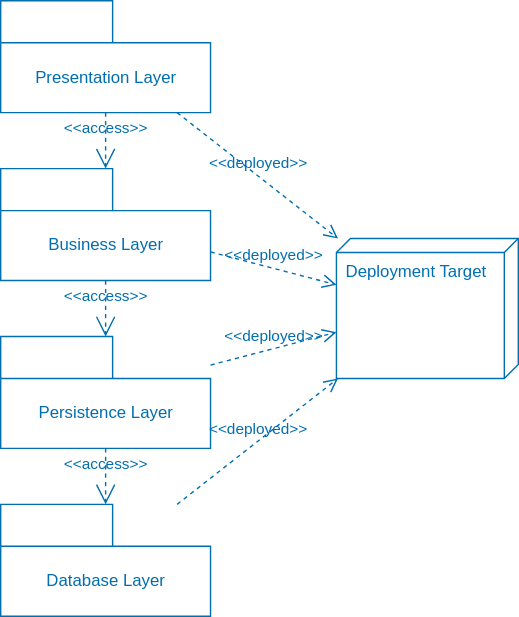
Above: diagrams/Architecture_Layered.svg in ucudal/ANDIS_Conceptos (draw.io), before the change. Source tidied: cells renumbered, new cells last; positions are measured from the earlier drawing's top-left corner, leaving out a move shared by most shapes.
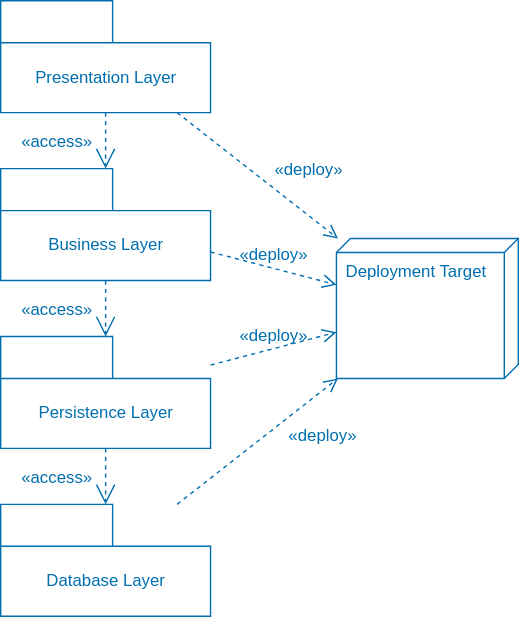
The same file after the commit.

Diff of the diagram source:
```diff
@@ -14,32 +14,36 @@
     <mxCell id="5" value="Database Layer" style="shape=folder;fontStyle=0;tabWidth=80;tabHeight=30;tabPosition=left;html=1;boundedLbl=1;fillColor=none;fontColor=#006EAF;strokeColor=#006EAF;" parent="1" vertex="1">
       <mxGeometry y="360" width="150" height="80" as="geometry" />
     </mxCell>
-    <mxCell id="6" value="&amp;lt;&amp;lt;access&amp;gt;&amp;gt;" style="edgeStyle=none;html=1;endArrow=open;endSize=12;dashed=1;verticalAlign=bottom;fontColor=#006EAF;fillColor=#1ba1e2;strokeColor=#006EAF;labelBackgroundColor=none;" parent="1" edge="1">
-      <mxGeometry relative="1" as="geometry">
+    <mxCell id="6" value="&lt;span style=&quot;font-size: 12px;&quot;&gt;«access»&lt;/span&gt;" style="edgeStyle=none;html=1;endArrow=open;endSize=12;dashed=1;verticalAlign=bottom;fontColor=#006EAF;fillColor=#1ba1e2;strokeColor=#006EAF;labelBackgroundColor=none;" parent="1" edge="1">
+      <mxGeometry x="0.5" y="-35" relative="1" as="geometry">
         <mxPoint x="75" y="80" as="sourcePoint" />
         <mxPoint x="75" y="120" as="targetPoint" />
       </mxGeometry>
     </mxCell>
-    <mxCell id="7" value="&amp;lt;&amp;lt;access&amp;gt;&amp;gt;" style="edgeStyle=none;html=1;endArrow=open;endSize=12;dashed=1;verticalAlign=bottom;fontColor=#006EAF;fillColor=#1ba1e2;strokeColor=#006EAF;labelBackgroundColor=none;" parent="1" edge="1" source="3" target="4">
-      <mxGeometry relative="1" as="geometry" />
+    <mxCell id="7" value="&lt;span style=&quot;font-size: 12px;&quot;&gt;«access»&lt;/span&gt;" style="edgeStyle=none;html=1;endArrow=open;endSize=12;dashed=1;verticalAlign=bottom;fontColor=#006EAF;fillColor=#1ba1e2;strokeColor=#006EAF;labelBackgroundColor=none;" parent="1" edge="1" source="3" target="4">
+      <mxGeometry x="0.5" y="-35" relative="1" as="geometry" />
     </mxCell>
-    <mxCell id="8" value="&amp;lt;&amp;lt;access&amp;gt;&amp;gt;" style="edgeStyle=none;html=1;endArrow=open;endSize=12;dashed=1;verticalAlign=bottom;fontColor=#006EAF;fillColor=#1ba1e2;strokeColor=#006EAF;labelBackgroundColor=none;" parent="1" edge="1" source="4" target="5">
-      <mxGeometry relative="1" as="geometry" />
+    <mxCell id="8" value="&lt;span style=&quot;font-size: 12px;&quot;&gt;«access»&lt;/span&gt;" style="edgeStyle=none;html=1;endArrow=open;endSize=12;dashed=1;verticalAlign=bottom;fontColor=#006EAF;fillColor=#1ba1e2;strokeColor=#006EAF;labelBackgroundColor=none;" parent="1" edge="1" source="4" target="5">
+      <mxGeometry x="0.5" y="-35" relative="1" as="geometry" />
     </mxCell>
     <mxCell id="9" value="Deployment Target" style="verticalAlign=top;align=left;shape=cube;size=10;direction=south;fontStyle=0;html=1;boundedLbl=1;spacingLeft=5;fontColor=#006EAF;fillColor=none;strokeColor=#006EAF;" parent="1" vertex="1">
       <mxGeometry x="240" y="170" width="130" height="100" as="geometry" />
     </mxCell>
-    <mxCell id="10" value="&amp;lt;&amp;lt;deployed&amp;gt;&amp;gt;" style="endArrow=open;startArrow=none;endFill=0;startFill=0;endSize=8;html=1;verticalAlign=bottom;dashed=1;labelBackgroundColor=none;fontColor=#006EAF;fillColor=#1ba1e2;strokeColor=#006EAF;" parent="1" edge="1" source="2" target="9">
-      <mxGeometry relative="1" as="geometry" />
+    <mxCell id="10" value="&lt;span style=&quot;font-size: 12px;&quot;&gt;«deploy»&lt;/span&gt;" style="endArrow=open;startArrow=none;endFill=0;startFill=0;endSize=8;html=1;verticalAlign=bottom;dashed=1;labelBackgroundColor=none;fontColor=#006EAF;fillColor=#1ba1e2;strokeColor=#006EAF;" parent="1" edge="1" source="2" target="9">
+      <mxGeometry x="0.43" y="18" relative="1" as="geometry">
+        <mxPoint y="-1" as="offset" />
+      </mxGeometry>
     </mxCell>
-    <mxCell id="11" value="&amp;lt;&amp;lt;deployed&amp;gt;&amp;gt;" style="endArrow=open;startArrow=none;endFill=0;startFill=0;endSize=8;html=1;verticalAlign=bottom;dashed=1;labelBackgroundColor=none;fontColor=#006EAF;fillColor=#1ba1e2;strokeColor=#006EAF;" parent="1" edge="1" source="3" target="9">
+    <mxCell id="11" value="&lt;span style=&quot;font-size: 12px;&quot;&gt;«deploy»&lt;/span&gt;" style="endArrow=open;startArrow=none;endFill=0;startFill=0;endSize=8;html=1;verticalAlign=bottom;dashed=1;labelBackgroundColor=none;fontColor=#006EAF;fillColor=#1ba1e2;strokeColor=#006EAF;" parent="1" edge="1" source="3" target="9">
       <mxGeometry relative="1" as="geometry" />
     </mxCell>
-    <mxCell id="12" value="&amp;lt;&amp;lt;deployed&amp;gt;&amp;gt;" style="endArrow=open;startArrow=none;endFill=0;startFill=0;endSize=8;html=1;verticalAlign=bottom;dashed=1;labelBackgroundColor=none;fontColor=#006EAF;fillColor=#1ba1e2;strokeColor=#006EAF;" parent="1" edge="1" source="4" target="9">
+    <mxCell id="12" value="&lt;span style=&quot;font-size: 12px;&quot;&gt;«deploy»&lt;/span&gt;" style="endArrow=open;startArrow=none;endFill=0;startFill=0;endSize=8;html=1;verticalAlign=bottom;dashed=1;labelBackgroundColor=none;fontColor=#006EAF;fillColor=#1ba1e2;strokeColor=#006EAF;" parent="1" edge="1" source="4" target="9">
       <mxGeometry relative="1" as="geometry" />
     </mxCell>
-    <mxCell id="13" value="&amp;lt;&amp;lt;deployed&amp;gt;&amp;gt;" style="endArrow=open;startArrow=none;endFill=0;startFill=0;endSize=8;html=1;verticalAlign=bottom;dashed=1;labelBackgroundColor=none;fontColor=#006EAF;fillColor=#1ba1e2;strokeColor=#006EAF;" parent="1" edge="1" source="5" target="9">
-      <mxGeometry relative="1" as="geometry" />
+    <mxCell id="13" value="&lt;span style=&quot;font-size: 12px;&quot;&gt;«deploy»&lt;/span&gt;" style="endArrow=open;startArrow=none;endFill=0;startFill=0;endSize=8;html=1;verticalAlign=bottom;dashed=1;labelBackgroundColor=none;fontColor=#006EAF;fillColor=#1ba1e2;strokeColor=#006EAF;" parent="1" edge="1" source="5" target="9">
+      <mxGeometry x="0.46" y="-33" relative="1" as="geometry">
+        <mxPoint y="-1" as="offset" />
+      </mxGeometry>
     </mxCell>
   </root>
 </mxGraphModel>
```
